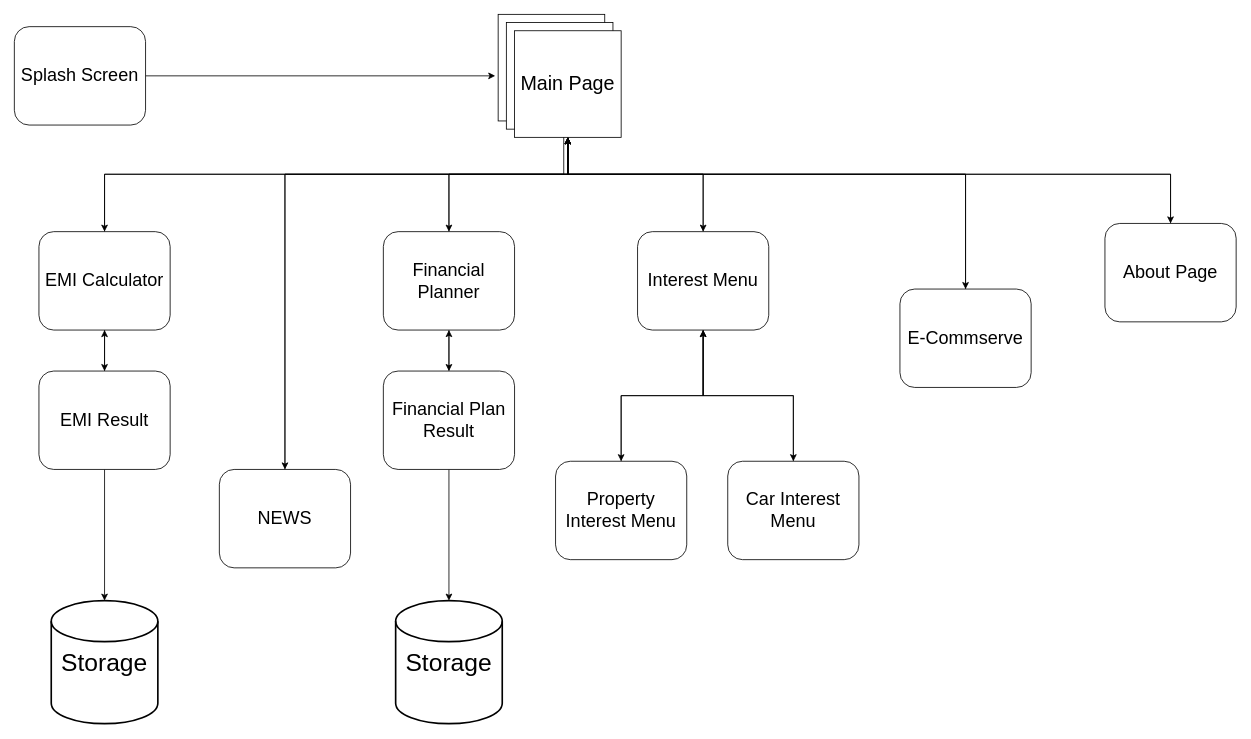
Above: ScreenMaps.drawio in hafizroslee13/corotarium (draw.io), before the change. Source tidied: cells renumbered, new cells numbered last; positions are measured from the earlier drawing's top-left corner, leaving out a move shared by most shapes. Both pictures are drawn from the tidied source at 82%, with x=0, y=0 at pixel (14, 14).
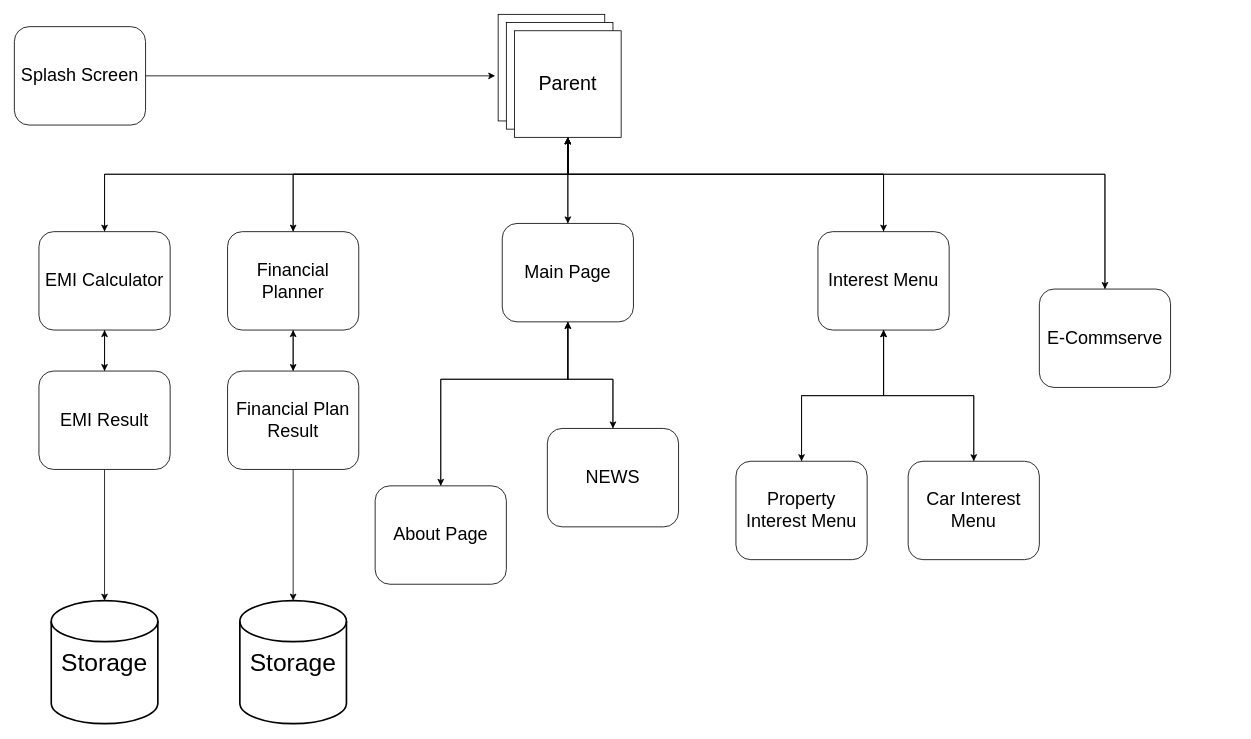
The same page after the edit.

Unchanged cells that the change refers to:
```xml
<mxCell id="26" style="whiteSpace=wrap;html=1;" parent="1" vertex="1">
  <mxGeometry x="600" y="10" width="130" height="130" as="geometry" />
</mxCell>
```

Diff of the diagram source:
```diff
@@
     <mxCell id="12" style="edgeStyle=orthogonalEdgeStyle;rounded=0;jettySize=auto;html=1;entryX=0.5;entryY=1;entryDx=0;entryDy=0;" parent="1" edge="1" source="13" target="32">
       <mxGeometry relative="1" as="geometry">
         <Array as="points">
-          <mxPoint x="530" y="195" />
+          <mxPoint x="340" y="195" />
           <mxPoint x="675" y="195" />
         </Array>
       </mxGeometry>
     </mxCell>
     <mxCell id="13" value="&lt;font style=&quot;font-size: 22px&quot;&gt;Financial Planner&lt;/font&gt;" style="rounded=1;whiteSpace=wrap;html=1;" parent="1" vertex="1">
-      <mxGeometry x="450" y="265" width="160" height="120" as="geometry" />
+      <mxGeometry x="260" y="265" width="160" height="120" as="geometry" />
     </mxCell>
@@
     <mxCell id="16" value="&lt;span style=&quot;font-size: 22px&quot;&gt;Financial Plan Result&lt;/span&gt;" style="rounded=1;whiteSpace=wrap;html=1;" parent="1" vertex="1">
-      <mxGeometry x="450" y="435" width="160" height="120" as="geometry" />
+      <mxGeometry x="260" y="435" width="160" height="120" as="geometry" />
     </mxCell>
@@
-    <mxCell id="19" style="edgeStyle=orthogonalEdgeStyle;rounded=0;jettySize=auto;html=1;" parent="1" edge="1" source="20" target="32">
+    <mxCell id="19" style="edgeStyle=orthogonalEdgeStyle;rounded=0;jettySize=auto;html=1;entryX=0.5;entryY=1;entryDx=0;entryDy=0;" parent="1" edge="1" source="20" target="32">
       <mxGeometry relative="1" as="geometry">
         <Array as="points">
-          <mxPoint x="840" y="195" />
+          <mxPoint x="1060" y="195" />
           <mxPoint x="675" y="195" />
         </Array>
       </mxGeometry>
     </mxCell>
     <mxCell id="20" value="&lt;font style=&quot;font-size: 22px&quot;&gt;Interest Menu&lt;/font&gt;" style="rounded=1;whiteSpace=wrap;html=1;" parent="1" vertex="1">
-      <mxGeometry x="760" y="265" width="160" height="120" as="geometry" />
+      <mxGeometry x="980" y="265" width="160" height="120" as="geometry" />
     </mxCell>
@@
     <mxCell id="22" value="&lt;font style=&quot;font-size: 22px&quot;&gt;Property Interest Menu&lt;/font&gt;" style="rounded=1;whiteSpace=wrap;html=1;" parent="1" vertex="1">
-      <mxGeometry x="660" y="545" width="160" height="120" as="geometry" />
+      <mxGeometry x="880" y="545" width="160" height="120" as="geometry" />
     </mxCell>
@@
     <mxCell id="24" value="&lt;font style=&quot;font-size: 22px&quot;&gt;Car Interest Menu&lt;/font&gt;" style="rounded=1;whiteSpace=wrap;html=1;" parent="1" vertex="1">
-      <mxGeometry x="870" y="545" width="160" height="120" as="geometry" />
+      <mxGeometry x="1090" y="545" width="160" height="120" as="geometry" />
     </mxCell>
-    <mxCell id="25" style="edgeStyle=orthogonalEdgeStyle;rounded=0;jettySize=auto;html=1;" parent="1" edge="1" source="26" target="38">
-      <mxGeometry relative="1" as="geometry">
-        <Array as="points">
-          <mxPoint x="670" y="195" />
-          <mxPoint x="330" y="195" />
-        </Array>
-      </mxGeometry>
-    </mxCell>
@@
+    <mxCell id="30" style="edgeStyle=orthogonalEdgeStyle;rounded=0;jettySize=auto;html=1;" parent="1" edge="1" source="32" target="34">
+      <mxGeometry relative="1" as="geometry">
+        <Array as="points">
+          <mxPoint x="675" y="195" />
+          <mxPoint x="1330" y="195" />
+        </Array>
+      </mxGeometry>
+    </mxCell>
+    <mxCell id="41" style="edgeStyle=orthogonalEdgeStyle;rounded=0;jettySize=auto;html=1;entryX=0.5;entryY=0;entryDx=0;entryDy=0;" parent="1" edge="1" source="32" target="47">
+      <mxGeometry relative="1" as="geometry" />
+    </mxCell>
     <mxCell id="28" style="edgeStyle=orthogonalEdgeStyle;rounded=0;jettySize=auto;html=1;" parent="1" edge="1" source="32" target="13">
       <mxGeometry relative="1" as="geometry">
         <Array as="points">
           <mxPoint x="675" y="195" />
-          <mxPoint x="530" y="195" />
+          <mxPoint x="340" y="195" />
         </Array>
       </mxGeometry>
     </mxCell>
     <mxCell id="29" style="edgeStyle=orthogonalEdgeStyle;rounded=0;jettySize=auto;html=1;" parent="1" edge="1" source="32" target="20">
       <mxGeometry relative="1" as="geometry">
         <Array as="points">
           <mxPoint x="675" y="195" />
-          <mxPoint x="840" y="195" />
+          <mxPoint x="1060" y="195" />
         </Array>
       </mxGeometry>
     </mxCell>
-    <mxCell id="30" style="edgeStyle=orthogonalEdgeStyle;rounded=0;jettySize=auto;html=1;" parent="1" edge="1" source="32" target="34">
-      <mxGeometry relative="1" as="geometry">
-        <Array as="points">
-          <mxPoint x="675" y="195" />
-          <mxPoint x="1160" y="195" />
-        </Array>
-      </mxGeometry>
-    </mxCell>
-    <mxCell id="31" style="edgeStyle=orthogonalEdgeStyle;rounded=0;jettySize=auto;html=1;" parent="1" edge="1" source="32" target="36">
-      <mxGeometry relative="1" as="geometry">
-        <Array as="points">
-          <mxPoint x="675" y="195" />
-          <mxPoint x="1410" y="195" />
-        </Array>
-      </mxGeometry>
-    </mxCell>
-    <mxCell id="32" value="&lt;font style=&quot;font-size: 24px&quot;&gt;Main Page&lt;/font&gt;" style="whiteSpace=wrap;html=1;" parent="1" vertex="1">
+    <mxCell id="32" value="&lt;font style=&quot;font-size: 24px&quot;&gt;Parent&lt;/font&gt;" style="whiteSpace=wrap;html=1;" parent="1" vertex="1">
       <mxGeometry x="610" y="20" width="130" height="130" as="geometry" />
     </mxCell>
     <mxCell id="33" style="edgeStyle=orthogonalEdgeStyle;rounded=0;jettySize=auto;html=1;entryX=0.5;entryY=1;entryDx=0;entryDy=0;" parent="1" edge="1" source="34" target="32">
       <mxGeometry relative="1" as="geometry">
         <Array as="points">
-          <mxPoint x="1160" y="195" />
+          <mxPoint x="1330" y="195" />
           <mxPoint x="675" y="195" />
         </Array>
       </mxGeometry>
     </mxCell>
     <mxCell id="34" value="&lt;font style=&quot;font-size: 22px&quot;&gt;E-Commserve&lt;/font&gt;" style="rounded=1;whiteSpace=wrap;html=1;" parent="1" vertex="1">
-      <mxGeometry x="1080" y="335" width="160" height="120" as="geometry" />
+      <mxGeometry x="1250" y="335" width="160" height="120" as="geometry" />
     </mxCell>
-    <mxCell id="35" style="edgeStyle=orthogonalEdgeStyle;rounded=0;jettySize=auto;html=1;entryX=0.5;entryY=1;entryDx=0;entryDy=0;" parent="1" edge="1" source="36" target="32">
-      <mxGeometry relative="1" as="geometry">
-        <Array as="points">
-          <mxPoint x="1410" y="195" />
-          <mxPoint x="675" y="195" />
-        </Array>
-      </mxGeometry>
-    </mxCell>
+    <mxCell id="42" style="edgeStyle=orthogonalEdgeStyle;rounded=0;jettySize=auto;html=1;entryX=0.5;entryY=1;entryDx=0;entryDy=0;" parent="1" edge="1" source="36" target="47">
+      <mxGeometry relative="1" as="geometry">
+        <Array as="points">
+          <mxPoint x="520" y="445" />
+          <mxPoint x="675" y="445" />
+        </Array>
+      </mxGeometry>
+    </mxCell>
     <mxCell id="36" value="&lt;span style=&quot;font-size: 22px&quot;&gt;About Page&lt;/span&gt;" style="rounded=1;whiteSpace=wrap;html=1;" parent="1" vertex="1">
-      <mxGeometry x="1330" y="255" width="160" height="120" as="geometry" />
+      <mxGeometry x="440" y="575" width="160" height="120" as="geometry" />
     </mxCell>
-    <mxCell id="37" style="edgeStyle=orthogonalEdgeStyle;rounded=0;jettySize=auto;html=1;entryX=0.5;entryY=1;entryDx=0;entryDy=0;" parent="1" edge="1" source="38" target="32">
-      <mxGeometry relative="1" as="geometry">
-        <Array as="points">
-          <mxPoint x="330" y="195" />
-          <mxPoint x="675" y="195" />
-        </Array>
-      </mxGeometry>
-    </mxCell>
+    <mxCell id="43" style="edgeStyle=orthogonalEdgeStyle;rounded=0;jettySize=auto;html=1;" parent="1" edge="1" source="38" target="47">
+      <mxGeometry relative="1" as="geometry">
+        <Array as="points">
+          <mxPoint x="730" y="445" />
+          <mxPoint x="675" y="445" />
+        </Array>
+      </mxGeometry>
+    </mxCell>
     <mxCell id="38" value="&lt;font style=&quot;font-size: 22px&quot;&gt;NEWS&lt;/font&gt;" style="rounded=1;whiteSpace=wrap;html=1;" parent="1" vertex="1">
-      <mxGeometry x="250" y="555" width="160" height="120" as="geometry" />
+      <mxGeometry x="650" y="505" width="160" height="120" as="geometry" />
     </mxCell>
     <mxCell id="39" value="&lt;font style=&quot;font-size: 30px&quot;&gt;Storage&lt;/font&gt;" style="strokeWidth=2;html=1;shape=mxgraph.flowchart.database;whiteSpace=wrap;" parent="1" vertex="1">
-      <mxGeometry x="465" y="715" width="130" height="150" as="geometry" />
+      <mxGeometry x="275" y="715" width="130" height="150" as="geometry" />
     </mxCell>
@@
+    <mxCell id="44" style="edgeStyle=orthogonalEdgeStyle;rounded=0;jettySize=auto;html=1;" parent="1" edge="1" source="47" target="38">
+      <mxGeometry relative="1" as="geometry">
+        <Array as="points">
+          <mxPoint x="675" y="445" />
+          <mxPoint x="730" y="445" />
+        </Array>
+      </mxGeometry>
+    </mxCell>
+    <mxCell id="45" style="edgeStyle=orthogonalEdgeStyle;rounded=0;jettySize=auto;html=1;" parent="1" edge="1" source="47" target="36">
+      <mxGeometry relative="1" as="geometry">
+        <Array as="points">
+          <mxPoint x="675" y="445" />
+          <mxPoint x="520" y="445" />
+        </Array>
+      </mxGeometry>
+    </mxCell>
+    <mxCell id="46" style="edgeStyle=orthogonalEdgeStyle;rounded=0;jettySize=auto;html=1;entryX=0.5;entryY=1;entryDx=0;entryDy=0;" parent="1" edge="1" source="47" target="32">
+      <mxGeometry relative="1" as="geometry" />
+    </mxCell>
+    <mxCell id="47" value="&lt;font style=&quot;font-size: 22px&quot;&gt;Main Page&lt;/font&gt;" style="rounded=1;whiteSpace=wrap;html=1;" parent="1" vertex="1">
+      <mxGeometry x="595" y="255" width="160" height="120" as="geometry" />
+    </mxCell>
```
